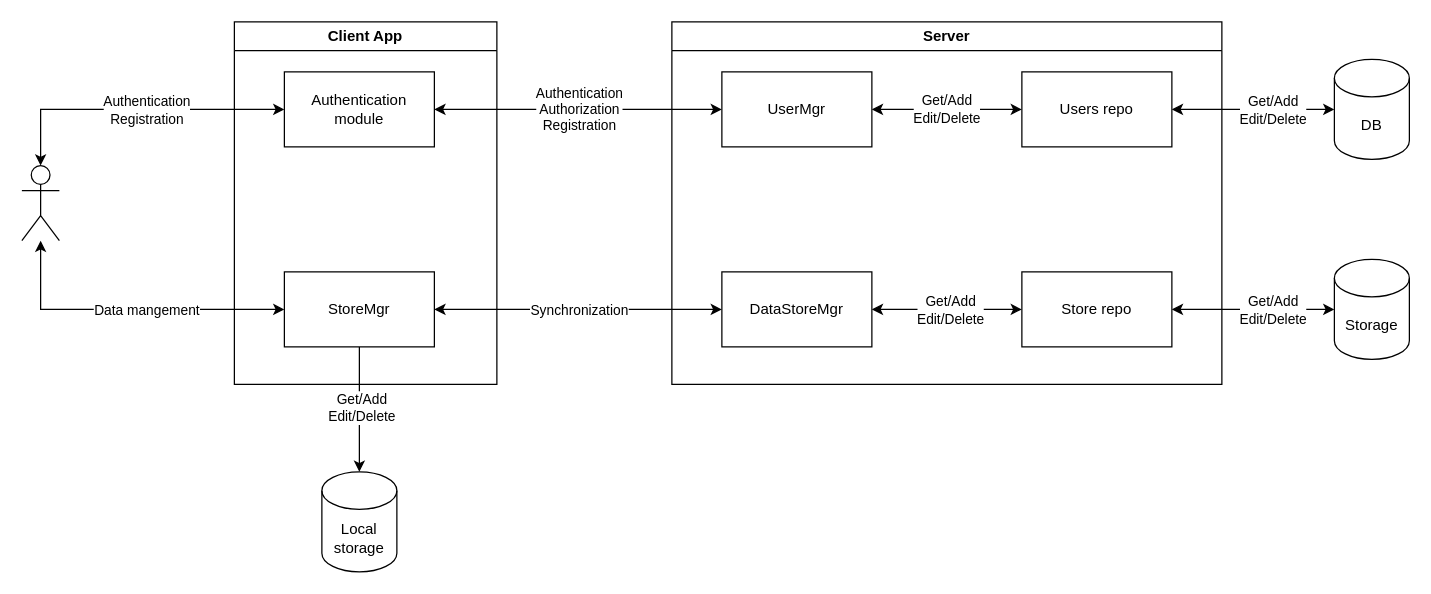
The draw.io diagram page "DFD-0" (1 of 3) of docs/passman.drawio in e1m0re/passman, before the edit. Source tidied: cells renumbered, new cells numbered last; positions are measured from the earlier drawing's top-left corner, leaving out a move shared by most shapes. Both pictures are drawn from the tidied source at 125%, with x=0, y=0 at pixel (21, 21).
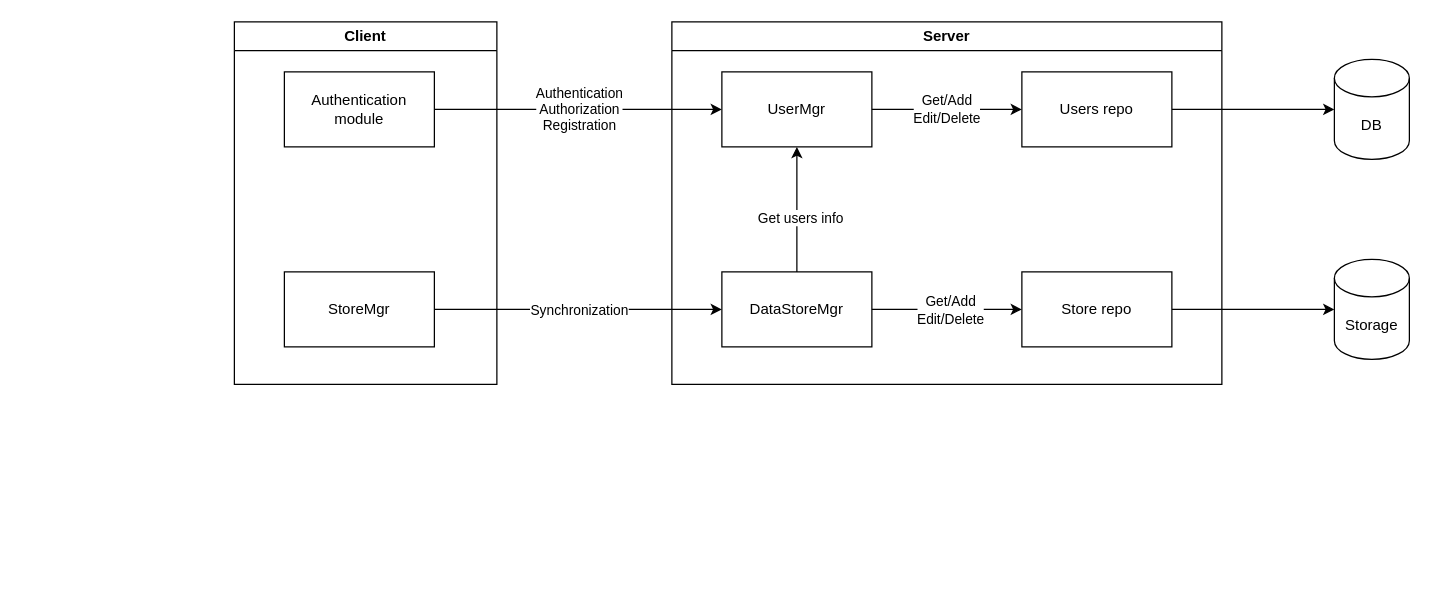
The same page after the edit.

Commit message (it also covers changes not shown here):
add users repository

The change refers to these unchanged cells:
```xml
<mxCell id="4" value="DB" style="shape=cylinder3;whiteSpace=wrap;html=1;boundedLbl=1;backgroundOutline=1;size=15;" parent="1" vertex="1">
  <mxGeometry x="1050" y="30" width="60" height="80" as="geometry" />
</mxCell>
<mxCell id="9" value="Storage" style="shape=cylinder3;whiteSpace=wrap;html=1;boundedLbl=1;backgroundOutline=1;size=15;" parent="1" vertex="1">
  <mxGeometry x="1050" y="190" width="60" height="80" as="geometry" />
</mxCell>
<mxCell id="11" value="Authentication module" style="rounded=0;whiteSpace=wrap;html=1;" parent="10" vertex="1">
  <mxGeometry x="40" y="40" width="120" height="60" as="geometry" />
</mxCell>
<mxCell id="12" value="StoreMgr" style="rounded=0;whiteSpace=wrap;html=1;" parent="10" vertex="1">
  <mxGeometry x="40" y="200" width="120" height="60" as="geometry" />
</mxCell>
<mxCell id="13" value="Server" style="swimlane;whiteSpace=wrap;html=1;" parent="1" vertex="1">
  <mxGeometry x="520" width="440" height="290" as="geometry" />
</mxCell>
<mxCell id="14" value="UserMgr" style="rounded=0;whiteSpace=wrap;html=1;" parent="13" vertex="1">
  <mxGeometry x="40" y="40" width="120" height="60" as="geometry" />
</mxCell>
<mxCell id="15" value="Users repo" style="rounded=0;whiteSpace=wrap;html=1;" parent="13" vertex="1">
  <mxGeometry x="280" y="40" width="120" height="60" as="geometry" />
</mxCell>
<mxCell id="16" value="DataStoreMgr" style="rounded=0;whiteSpace=wrap;html=1;" parent="13" vertex="1">
  <mxGeometry x="40" y="200" width="120" height="60" as="geometry" />
</mxCell>
<mxCell id="17" value="Store repo" style="rounded=0;whiteSpace=wrap;html=1;" parent="13" vertex="1">
  <mxGeometry x="280" y="200" width="120" height="60" as="geometry" />
</mxCell>
```

Change to the diagram source:
```diff
@@
-    <mxCell id="2" style="endArrow=classic;html=1;rounded=0;startArrow=classic;startFill=1;" parent="1" edge="1" source="11">
+    <mxCell id="2" style="endArrow=classic;html=1;rounded=0;startArrow=none;startFill=0;" parent="1" edge="1" source="11">
       <mxGeometry relative="1" as="geometry">
         <mxPoint x="560" y="70" as="targetPoint" />
       </mxGeometry>
     </mxCell>
@@
-    <mxCell id="5" style="endArrow=classic;startArrow=classic;html=1;rounded=0;startFill=1;" parent="1" edge="1" source="15" target="4">
+    <mxCell id="5" style="endArrow=classic;startArrow=none;html=1;rounded=0;startFill=0;" parent="1" edge="1" source="15" target="4">
       <mxGeometry relative="1" as="geometry" />
     </mxCell>
-    <mxCell id="6" value="Get/Add&lt;br&gt;Edit/Delete" style="edgeLabel;html=1;align=center;verticalAlign=middle;" parent="5" vertex="1">
-      <mxGeometry x="0.14" y="-2" relative="1" as="geometry">
-        <mxPoint x="6" y="-2" as="offset" />
-      </mxGeometry>
-    </mxCell>
-    <mxCell id="7" style="endArrow=classic;startArrow=classic;html=1;rounded=0;entryX=0;entryY=0.5;entryDx=0;entryDy=0;entryPerimeter=0;startFill=1;" parent="1" edge="1" source="17" target="9">
+    <mxCell id="7" style="endArrow=classic;startArrow=none;html=1;rounded=0;entryX=0;entryY=0.5;entryDx=0;entryDy=0;entryPerimeter=0;startFill=0;" parent="1" edge="1" source="17" target="9">
       <mxGeometry relative="1" as="geometry" />
     </mxCell>
-    <mxCell id="8" value="Get/Add&lt;br&gt;Edit/Delete" style="edgeLabel;html=1;align=center;verticalAlign=middle;" parent="7" vertex="1">
-      <mxGeometry x="0.05" y="3" relative="1" as="geometry">
-        <mxPoint x="12" y="3" as="offset" />
-      </mxGeometry>
-    </mxCell>
@@
-    <mxCell id="10" value="Client App" style="swimlane;whiteSpace=wrap;html=1;" parent="1" vertex="1">
+    <mxCell id="10" value="Client" style="swimlane;whiteSpace=wrap;html=1;" parent="1" vertex="1">
       <mxGeometry x="170" width="210" height="290" as="geometry" />
     </mxCell>
@@
-    <mxCell id="18" value="Get/Add&lt;br&gt;Edit/Delete" style="endArrow=classic;startArrow=classic;html=1;rounded=0;startFill=1;" parent="13" edge="1" source="14" target="15">
+    <mxCell id="18" value="Get/Add&lt;br&gt;Edit/Delete" style="endArrow=classic;startArrow=none;html=1;rounded=0;startFill=0;" parent="13" edge="1" source="14" target="15">
       <mxGeometry relative="1" as="geometry" />
     </mxCell>
-    <mxCell id="19" style="endArrow=classic;startArrow=classic;html=1;rounded=0;startFill=1;" parent="13" edge="1" source="16" target="17">
+    <mxCell id="19" style="endArrow=classic;startArrow=none;html=1;rounded=0;startFill=0;" parent="13" edge="1" source="16" target="17">
       <mxGeometry relative="1" as="geometry" />
     </mxCell>
@@
-    <mxCell id="21" style="endArrow=classic;startArrow=classic;html=1;rounded=0;startFill=1;" parent="1" edge="1" source="12" target="16">
+    <mxCell id="21" style="endArrow=classic;startArrow=none;html=1;rounded=0;startFill=0;" parent="1" edge="1" source="12" target="16">
       <mxGeometry relative="1" as="geometry" />
     </mxCell>
@@
-    <mxCell id="23" style="shape=umlActor;verticalLabelPosition=bottom;verticalAlign=top;html=1;outlineConnect=0;" parent="1" vertex="1">
-      <mxGeometry y="115" width="30" height="60" as="geometry" />
-    </mxCell>
-    <mxCell id="24" style="endArrow=classic;startArrow=classic;html=1;rounded=0;entryX=0;entryY=0.5;entryDx=0;entryDy=0;startFill=1;" parent="1" edge="1" source="23" target="11">
-      <mxGeometry relative="1" as="geometry">
-        <Array as="points">
-          <mxPoint x="15" y="70" />
-        </Array>
-      </mxGeometry>
-    </mxCell>
-    <mxCell id="25" value="Authentication&lt;div&gt;Registration&lt;/div&gt;" style="edgeLabel;html=1;align=center;verticalAlign=middle;" parent="24" vertex="1">
-      <mxGeometry x="0.01" y="-2" relative="1" as="geometry">
-        <mxPoint x="8" y="-2" as="offset" />
-      </mxGeometry>
-    </mxCell>
-    <mxCell id="26" value="Local storage" style="shape=cylinder3;whiteSpace=wrap;html=1;boundedLbl=1;backgroundOutline=1;size=15;" parent="1" vertex="1">
-      <mxGeometry x="240" y="360" width="60" height="80" as="geometry" />
-    </mxCell>
-    <mxCell id="27" style="endArrow=classic;html=1;rounded=0;exitX=0.5;exitY=1;exitDx=0;exitDy=0;entryX=0.5;entryY=0;entryDx=0;entryDy=0;entryPerimeter=0;" parent="1" edge="1" source="12" target="26">
-      <mxGeometry relative="1" as="geometry" />
-    </mxCell>
-    <mxCell id="28" value="Get/Add&lt;br&gt;Edit/Delete" style="edgeLabel;html=1;align=center;verticalAlign=middle;" parent="27" vertex="1">
-      <mxGeometry x="-0.04" y="1" relative="1" as="geometry" />
-    </mxCell>
-    <mxCell id="29" style="endArrow=classic;html=1;rounded=0;startArrow=classic;startFill=1;" parent="1" edge="1" source="23" target="12">
-      <mxGeometry relative="1" as="geometry">
-        <Array as="points">
-          <mxPoint x="15" y="230" />
-        </Array>
-      </mxGeometry>
-    </mxCell>
-    <mxCell id="30" value="Data mangement" style="edgeLabel;html=1;align=center;verticalAlign=middle;" parent="29" vertex="1">
-      <mxGeometry x="0.01" y="-1" relative="1" as="geometry">
-        <mxPoint x="13" y="-1" as="offset" />
-      </mxGeometry>
-    </mxCell>
+    <mxCell id="31" style="endArrow=classic;startArrow=none;html=1;rounded=0;entryX=0.5;entryY=1;entryDx=0;entryDy=0;startFill=0;" parent="1" edge="1" target="14">
+      <mxGeometry relative="1" as="geometry">
+        <mxPoint x="620" y="200" as="sourcePoint" />
+      </mxGeometry>
+    </mxCell>
+    <mxCell id="32" value="Get users info" style="edgeLabel;html=1;align=center;verticalAlign=middle;" parent="31" vertex="1">
+      <mxGeometry x="-0.12" y="-2" relative="1" as="geometry" />
+    </mxCell>
```
